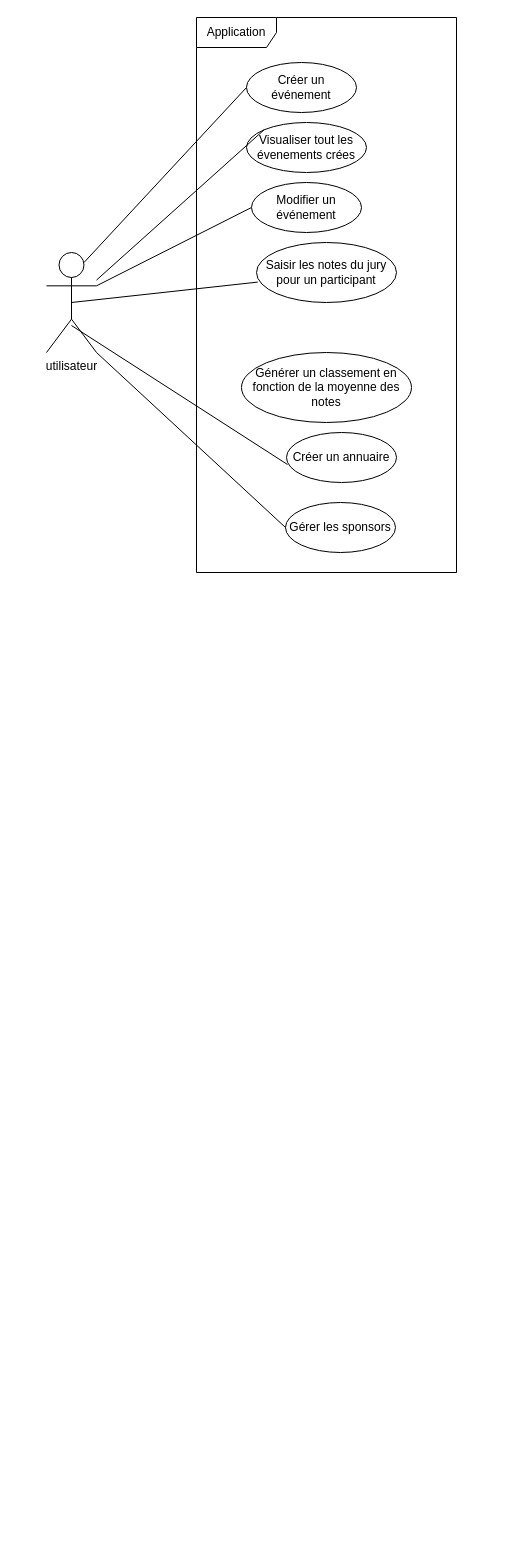
Earlier version of the draw.io diagram Conception/Diagramme de cas d'utilisation.drawio (CSliveR/Chief-s-Arena). Source tidied: cells renumbered, new cells numbered last; positions are measured from the earlier drawing's top-left corner, leaving out a move shared by most shapes. Both pictures are drawn from the tidied source at 100%, with x=0, y=0 at pixel (46, 17).
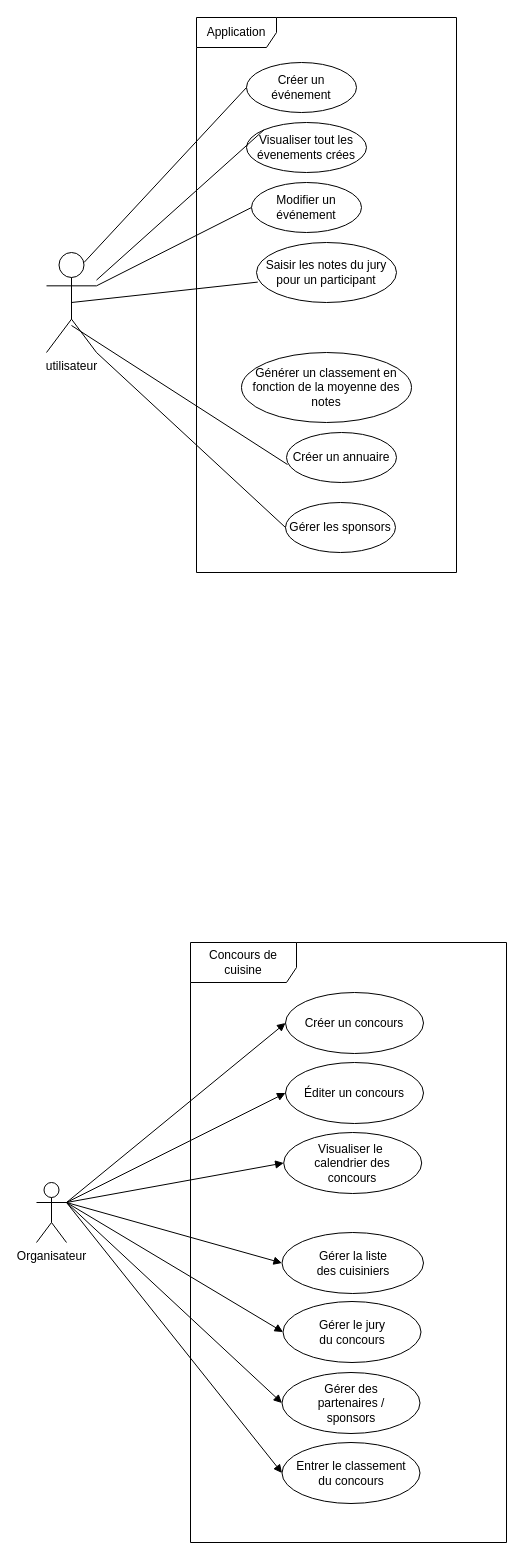
The same diagram, later.

Diff of the diagram source:
```diff
@@
+    <mxCell id="17" value="Concours de cuisine" style="shape=umlFrame;whiteSpace=wrap;html=1;width=106;height=40;" parent="1" vertex="1">
+      <mxGeometry x="144" y="925" width="316" height="600" as="geometry" />
+    </mxCell>
+    <mxCell id="18" value="Organisateur" style="shape=umlActor;verticalLabelPosition=bottom;verticalAlign=top;html=1;" parent="1" vertex="1">
+      <mxGeometry x="-10" y="1165" width="30" height="60" as="geometry" />
+    </mxCell>
+    <mxCell id="19" value="Créer un concours" style="ellipse;whiteSpace=wrap;html=1;" parent="1" vertex="1">
+      <mxGeometry x="239" y="975" width="138" height="61" as="geometry" />
+    </mxCell>
+    <mxCell id="20" value="Visualiser le&amp;nbsp;&lt;div&gt;calendrier des&lt;/div&gt;&lt;div&gt;concours&lt;/div&gt;" style="ellipse;whiteSpace=wrap;html=1;" parent="1" vertex="1">
+      <mxGeometry x="237.2" y="1115" width="138" height="61" as="geometry" />
+    </mxCell>
+    <mxCell id="21" value="Gérer des&lt;div&gt;partenaires /&lt;/div&gt;&lt;div&gt;sponsors&lt;/div&gt;" style="ellipse;whiteSpace=wrap;html=1;" parent="1" vertex="1">
+      <mxGeometry x="235.5" y="1355" width="138" height="61" as="geometry" />
+    </mxCell>
+    <mxCell id="22" style="html=1;verticalAlign=bottom;endArrow=block;curved=0;rounded=0;entryX=0;entryY=0.5;entryDx=0;entryDy=0;exitX=1;exitY=0.3333333333333333;exitDx=0;exitDy=0;exitPerimeter=0;" parent="1" edge="1" source="18" target="19">
+      <mxGeometry relative="1" as="geometry" />
+    </mxCell>
+    <mxCell id="23" style="html=1;verticalAlign=bottom;endArrow=block;curved=0;rounded=0;entryX=0;entryY=0.5;entryDx=0;entryDy=0;exitX=1;exitY=0.3333333333333333;exitDx=0;exitDy=0;exitPerimeter=0;" parent="1" edge="1" source="18" target="20">
+      <mxGeometry relative="1" as="geometry" />
+    </mxCell>
+    <mxCell id="24" value="Gérer le jury&lt;div&gt;du concours&lt;/div&gt;" style="ellipse;whiteSpace=wrap;html=1;" parent="1" vertex="1">
+      <mxGeometry x="236.5" y="1284" width="138" height="61" as="geometry" />
+    </mxCell>
+    <mxCell id="25" value="Entrer le classement&lt;div&gt;du concours&lt;/div&gt;" style="ellipse;whiteSpace=wrap;html=1;" parent="1" vertex="1">
+      <mxGeometry x="235.5" y="1425" width="138" height="61" as="geometry" />
+    </mxCell>
+    <mxCell id="26" style="html=1;verticalAlign=bottom;endArrow=block;curved=0;rounded=0;entryX=0;entryY=0.5;entryDx=0;entryDy=0;exitX=1;exitY=0.3333333333333333;exitDx=0;exitDy=0;exitPerimeter=0;" parent="1" edge="1" source="18" target="24">
+      <mxGeometry relative="1" as="geometry" />
+    </mxCell>
+    <mxCell id="27" value="Gérer la liste&lt;div&gt;des cuisiniers&lt;/div&gt;" style="ellipse;whiteSpace=wrap;html=1;" parent="1" vertex="1">
+      <mxGeometry x="235.5" y="1215" width="141.5" height="61" as="geometry" />
+    </mxCell>
+    <mxCell id="28" value="Éditer un concours" style="ellipse;whiteSpace=wrap;html=1;" parent="1" vertex="1">
+      <mxGeometry x="239" y="1045" width="138" height="61" as="geometry" />
+    </mxCell>
+    <mxCell id="29" style="html=1;verticalAlign=bottom;endArrow=block;curved=0;rounded=0;entryX=0;entryY=0.5;entryDx=0;entryDy=0;exitX=1;exitY=0.3333333333333333;exitDx=0;exitDy=0;exitPerimeter=0;" parent="1" edge="1" source="18" target="28">
+      <mxGeometry relative="1" as="geometry" />
+    </mxCell>
+    <mxCell id="30" style="html=1;verticalAlign=bottom;endArrow=block;curved=0;rounded=0;entryX=0;entryY=0.5;entryDx=0;entryDy=0;exitX=1;exitY=0.3333333333333333;exitDx=0;exitDy=0;exitPerimeter=0;" parent="1" edge="1" source="18" target="27">
+      <mxGeometry relative="1" as="geometry" />
+    </mxCell>
+    <mxCell id="31" style="html=1;verticalAlign=bottom;endArrow=block;curved=0;rounded=0;entryX=0;entryY=0.5;entryDx=0;entryDy=0;exitX=1;exitY=0.3333333333333333;exitDx=0;exitDy=0;exitPerimeter=0;" parent="1" edge="1" source="18" target="21">
+      <mxGeometry relative="1" as="geometry" />
+    </mxCell>
+    <mxCell id="32" style="html=1;verticalAlign=bottom;endArrow=block;curved=0;rounded=0;entryX=0;entryY=0.5;entryDx=0;entryDy=0;exitX=1;exitY=0.3333333333333333;exitDx=0;exitDy=0;exitPerimeter=0;" parent="1" edge="1" source="18" target="25">
+      <mxGeometry relative="1" as="geometry" />
+    </mxCell>
```
